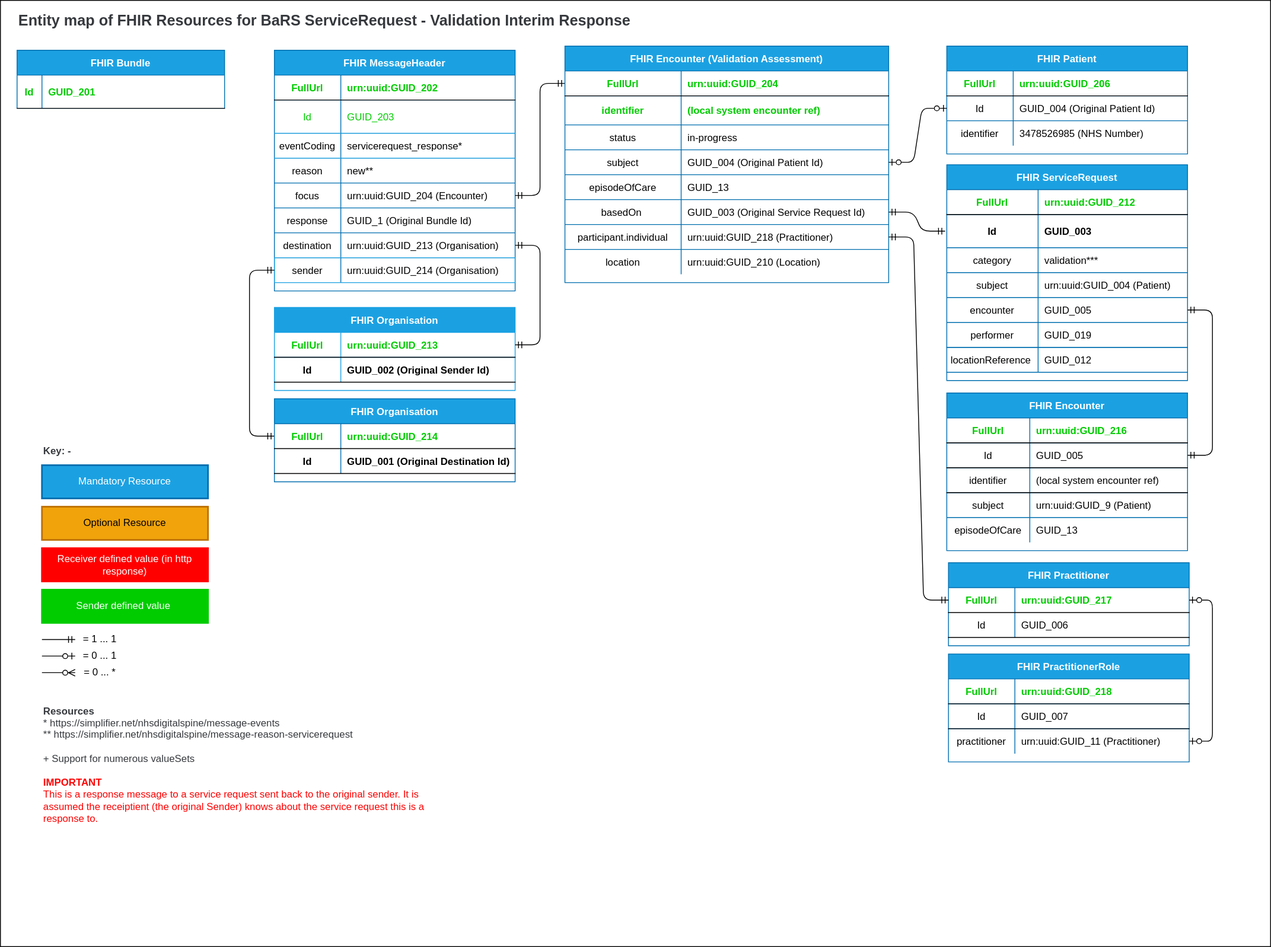
NHSDigital/booking-and-referral-media keeps this draw.io diagram as src/images/EntityMaps/EntityMap9sToCASValidationInterimResponse-1.0.0.svg. Above is the earlier version. Source tidied: cells renumbered, new cells last; positions are measured from the earlier drawing's top-left corner, leaving out a move shared by most shapes.
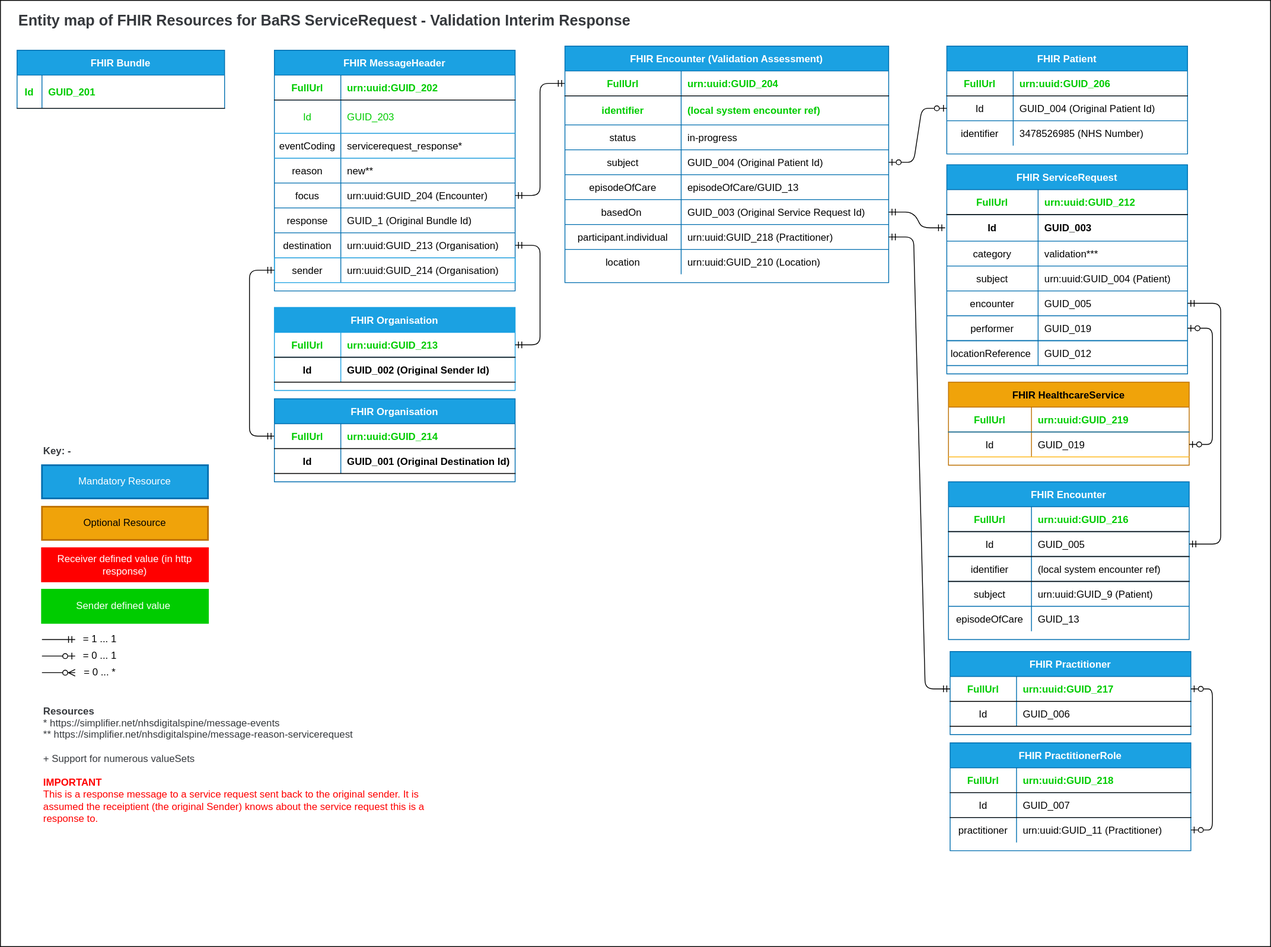
The same diagram one commit later.

The edit, as a diff of the source:
```diff
@@ -163,7 +163,7 @@
     <mxCell id="53" value="episodeOfCare" style="shape=partialRectangle;overflow=hidden;fillColor=none;top=0;left=0;bottom=0;right=0;" parent="52" vertex="1">
       <mxGeometry width="140" height="30" as="geometry" />
     </mxCell>
-    <mxCell id="54" value="GUID_13" style="shape=partialRectangle;overflow=hidden;fillColor=none;top=0;left=0;bottom=0;right=0;align=left;spacingLeft=6;" parent="52" vertex="1">
+    <mxCell id="54" value="episodeOfCare/GUID_13" style="shape=partialRectangle;overflow=hidden;fillColor=none;top=0;left=0;bottom=0;right=0;align=left;spacingLeft=6;" parent="52" vertex="1">
       <mxGeometry x="140" width="250" height="30" as="geometry" />
     </mxCell>
     <mxCell id="55" style="shape=partialRectangle;fillColor=none;points=[[0,0.5],[1,0.5]];portConstraint=eastwest;top=0;left=0;right=0;bottom=0;" parent="39" vertex="1">
@@ -314,7 +314,7 @@
       <mxGeometry x="90" y="780" width="60" height="20" as="geometry" />
     </mxCell>
     <mxCell id="98" value="FHIR ServiceRequest" style="shape=table;startSize=30;rowLines=1;fontStyle=1;align=center;fillColor=#1ba1e2;strokeColor=#006EAF;fontColor=#ffffff;" parent="1" vertex="1">
-      <mxGeometry x="1140" y="198" width="290" height="260" as="geometry" />
+      <mxGeometry x="1140" y="198" width="290" height="252" as="geometry" />
     </mxCell>
     <mxCell id="99" style="shape=partialRectangle;fillColor=none;top=0;left=0;right=0;bottom=1;" parent="98" vertex="1">
       <mxGeometry y="30" width="290" height="30" as="geometry" />
@@ -326,16 +326,16 @@
       <mxGeometry x="110" width="180" height="30" as="geometry" />
     </mxCell>
     <mxCell id="102" style="shape=partialRectangle;fillColor=none;points=[[0,0.5],[1,0.5]];portConstraint=eastwest;top=0;left=0;right=0;bottom=0;strokeColor=#000000;strokeWidth=2;perimeterSpacing=2;" parent="98" vertex="1">
-      <mxGeometry y="60" width="290" height="40" as="geometry" />
+      <mxGeometry y="60" width="290" height="32" as="geometry" />
     </mxCell>
     <mxCell id="103" value="Id" style="shape=partialRectangle;overflow=hidden;fillColor=none;top=0;left=0;bottom=0;right=0;fontStyle=1;fontColor=#000000;" parent="102" vertex="1">
-      <mxGeometry width="110" height="40" as="geometry" />
+      <mxGeometry width="110" height="32" as="geometry" />
     </mxCell>
     <mxCell id="104" value="GUID_003" style="shape=partialRectangle;overflow=hidden;fillColor=none;top=0;left=0;bottom=0;right=0;align=left;spacingLeft=6;fontColor=#000000;fontStyle=1;" parent="102" vertex="1">
-      <mxGeometry x="110" width="180" height="40" as="geometry" />
+      <mxGeometry x="110" width="180" height="32" as="geometry" />
     </mxCell>
     <mxCell id="105" style="shape=partialRectangle;fillColor=none;top=0;left=0;right=0;bottom=0;perimeterSpacing=1;" parent="98" vertex="1">
-      <mxGeometry y="100" width="290" height="30" as="geometry" />
+      <mxGeometry y="92" width="290" height="30" as="geometry" />
     </mxCell>
     <mxCell id="106" value="category" style="shape=partialRectangle;overflow=hidden;fillColor=none;top=0;left=0;bottom=0;right=0;" parent="105" vertex="1">
       <mxGeometry width="110" height="30" as="geometry" />
@@ -344,7 +344,7 @@
       <mxGeometry x="110" width="180" height="30" as="geometry" />
     </mxCell>
     <mxCell id="108" style="shape=partialRectangle;fillColor=none;top=0;left=0;right=0;bottom=0;" parent="98" vertex="1">
-      <mxGeometry y="130" width="290" height="30" as="geometry" />
+      <mxGeometry y="122" width="290" height="30" as="geometry" />
     </mxCell>
     <mxCell id="109" value="subject" style="shape=partialRectangle;overflow=hidden;fillColor=none;top=0;left=0;bottom=0;right=0;" parent="108" vertex="1">
       <mxGeometry width="110" height="30" as="geometry" />
@@ -353,7 +353,7 @@
       <mxGeometry x="110" width="180" height="30" as="geometry" />
     </mxCell>
     <mxCell id="111" style="shape=partialRectangle;fillColor=none;points=[[0,0.5],[1,0.5]];portConstraint=eastwest;top=0;left=0;right=0;bottom=0;" parent="98" vertex="1">
-      <mxGeometry y="160" width="290" height="30" as="geometry" />
+      <mxGeometry y="152" width="290" height="30" as="geometry" />
     </mxCell>
     <mxCell id="112" value="encounter" style="shape=partialRectangle;overflow=hidden;fillColor=none;top=0;left=0;bottom=0;right=0;" parent="111" vertex="1">
       <mxGeometry width="110" height="30" as="geometry" />
@@ -362,7 +362,7 @@
       <mxGeometry x="110" width="180" height="30" as="geometry" />
     </mxCell>
     <mxCell id="114" style="shape=partialRectangle;fillColor=none;points=[[0,0.5],[1,0.5]];portConstraint=eastwest;top=0;left=0;right=0;bottom=1;strokeColor=#006EAF;" parent="98" vertex="1">
-      <mxGeometry y="190" width="290" height="30" as="geometry" />
+      <mxGeometry y="182" width="290" height="30" as="geometry" />
     </mxCell>
     <mxCell id="115" value="performer" style="shape=partialRectangle;overflow=hidden;fillColor=none;top=0;left=0;bottom=0;right=0;" parent="114" vertex="1">
       <mxGeometry width="110" height="30" as="geometry" />
@@ -371,7 +371,7 @@
       <mxGeometry x="110" width="180" height="30" as="geometry" />
     </mxCell>
     <mxCell id="117" style="shape=partialRectangle;fillColor=none;top=0;left=0;right=0;bottom=1;strokeColor=#006EAF;" parent="98" vertex="1">
-      <mxGeometry y="220" width="290" height="30" as="geometry" />
+      <mxGeometry y="212" width="290" height="30" as="geometry" />
     </mxCell>
     <mxCell id="118" value="locationReference " style="shape=partialRectangle;overflow=hidden;fillColor=none;top=0;left=0;bottom=0;right=0;" parent="117" vertex="1">
       <mxGeometry width="110" height="30" as="geometry" />
@@ -383,7 +383,7 @@
       <mxGeometry x="50" y="929" width="500" height="70" as="geometry" />
     </mxCell>
     <mxCell id="121" value="FHIR Encounter" style="shape=table;startSize=30;rowLines=1;fontStyle=1;align=center;fillColor=#1ba1e2;strokeColor=#006EAF;fontColor=#ffffff;" parent="1" vertex="1">
-      <mxGeometry x="1140" y="473" width="290" height="190" as="geometry" />
+      <mxGeometry x="1142" y="580" width="290" height="190" as="geometry" />
     </mxCell>
     <mxCell id="122" style="shape=partialRectangle;fillColor=none;top=0;left=0;right=0;bottom=1;" parent="121" vertex="1">
       <mxGeometry y="30" width="290" height="30" as="geometry" />
@@ -433,8 +433,8 @@
     <mxCell id="137" style="edgeStyle=orthogonalEdgeStyle;endArrow=ERmandOne;startArrow=ERmandOne;endFill=0;startFill=0;elbow=vertical;exitX=1;exitY=0.5;exitDx=0;exitDy=0;entryX=1;entryY=0.5;entryDx=0;entryDy=0;" parent="1" edge="1" source="111" target="125">
       <mxGeometry relative="1" as="geometry">
         <Array as="points">
-          <mxPoint x="1460" y="373" />
-          <mxPoint x="1460" y="548" />
+          <mxPoint x="1470" y="365" />
+          <mxPoint x="1470" y="655" />
         </Array>
       </mxGeometry>
     </mxCell>
@@ -442,7 +442,7 @@
       <mxGeometry relative="1" as="geometry" />
     </mxCell>
     <mxCell id="139" value="FHIR Practitioner" style="shape=table;startSize=30;rowLines=0;fontStyle=1;align=center;fillColor=#1ba1e2;strokeColor=#006EAF;fontColor=#ffffff;" parent="1" vertex="1">
-      <mxGeometry x="1142" y="677.5" width="290" height="100" as="geometry" />
+      <mxGeometry x="1144" y="784.5" width="290" height="100" as="geometry" />
     </mxCell>
     <mxCell id="140" style="shape=partialRectangle;fillColor=none;points=[[0,0.5],[1,0.5]];portConstraint=eastwest;top=0;left=0;right=0;bottom=1;" parent="139" vertex="1">
       <mxGeometry y="30" width="290" height="30" as="geometry" />
@@ -463,7 +463,7 @@
       <mxGeometry x="80" width="210" height="30" as="geometry" />
     </mxCell>
     <mxCell id="146" value="FHIR PractitionerRole" style="shape=table;startSize=30;rowLines=1;fontStyle=1;align=center;fillColor=#1ba1e2;strokeColor=#006EAF;fontColor=#ffffff;" parent="1" vertex="1">
-      <mxGeometry x="1142" y="787.5" width="290" height="130" as="geometry" />
+      <mxGeometry x="1144" y="894.5" width="290" height="130" as="geometry" />
     </mxCell>
     <mxCell id="147" style="shape=partialRectangle;fillColor=none;top=0;left=0;right=0;bottom=1;" parent="146" vertex="1">
       <mxGeometry y="30" width="290" height="30" as="geometry" />
@@ -498,9 +498,37 @@
     <mxCell id="157" style="edgeStyle=elbowEdgeStyle;endArrow=ERzeroToOne;startArrow=ERzeroToOne;endFill=0;startFill=0;exitX=1;exitY=0.5;exitDx=0;exitDy=0;" parent="1" edge="1" source="140" target="153">
       <mxGeometry relative="1" as="geometry">
         <Array as="points">
-          <mxPoint x="1460" y="800" />
+          <mxPoint x="1460" y="977" />
         </Array>
       </mxGeometry>
     </mxCell>
+    <mxCell id="158" value="FHIR HealthcareService" style="shape=table;startSize=30;rowLines=1;fontStyle=1;align=center;fillColor=#f0a30a;strokeColor=#BD7000;fontColor=#000000;" parent="1" vertex="1">
+      <mxGeometry x="1142" y="460" width="290" height="100" as="geometry" />
+    </mxCell>
+    <mxCell id="159" style="shape=partialRectangle;fillColor=none;top=0;left=0;right=0;bottom=1;strokeColor=#006EAF;" parent="158" vertex="1">
+      <mxGeometry y="30" width="290" height="30" as="geometry" />
+    </mxCell>
+    <mxCell id="160" value="FullUrl" style="shape=partialRectangle;overflow=hidden;fillColor=none;top=0;left=0;bottom=0;right=0;fontStyle=1;fontColor=#00CC00;" parent="159" vertex="1">
+      <mxGeometry width="100" height="30" as="geometry" />
+    </mxCell>
+    <mxCell id="161" value="urn:uuid:GUID_219" style="shape=partialRectangle;overflow=hidden;fillColor=none;top=0;left=0;bottom=0;right=0;align=left;spacingLeft=6;fontStyle=1;fontColor=#00CC00;" parent="159" vertex="1">
+      <mxGeometry x="100" width="190" height="30" as="geometry" />
+    </mxCell>
+    <mxCell id="162" style="shape=partialRectangle;fillColor=none;points=[[0,0.5],[1,0.5]];portConstraint=eastwest;top=0;left=0;right=0;bottom=1;strokeColor=#FFB81C;" parent="158" vertex="1">
+      <mxGeometry y="60" width="290" height="30" as="geometry" />
+    </mxCell>
+    <mxCell id="163" value="Id" style="shape=partialRectangle;overflow=hidden;fillColor=none;top=0;left=0;bottom=0;right=0;fontStyle=0;fontColor=#000000;strokeColor=#000000;" parent="162" vertex="1">
+      <mxGeometry width="100" height="30" as="geometry" />
+    </mxCell>
+    <mxCell id="164" value="GUID_019" style="shape=partialRectangle;overflow=hidden;fillColor=none;top=0;left=0;bottom=0;right=0;align=left;spacingLeft=6;fontStyle=0;fontColor=#000000;" parent="162" vertex="1">
+      <mxGeometry x="100" width="190" height="30" as="geometry" />
+    </mxCell>
+    <mxCell id="165" style="edgeStyle=elbowEdgeStyle;endArrow=ERzeroToOne;startArrow=ERzeroToOne;endFill=0;startFill=0;exitX=1;exitY=0.5;exitDx=0;exitDy=0;entryX=1;entryY=0.5;entryDx=0;entryDy=0;" parent="1" edge="1" source="114" target="162">
+      <mxGeometry relative="1" as="geometry">
+        <Array as="points">
+          <mxPoint x="1460" y="470" />
+        </Array>
+      </mxGeometry>
+    </mxCell>
   </root>
 </mxGraphModel>
```
